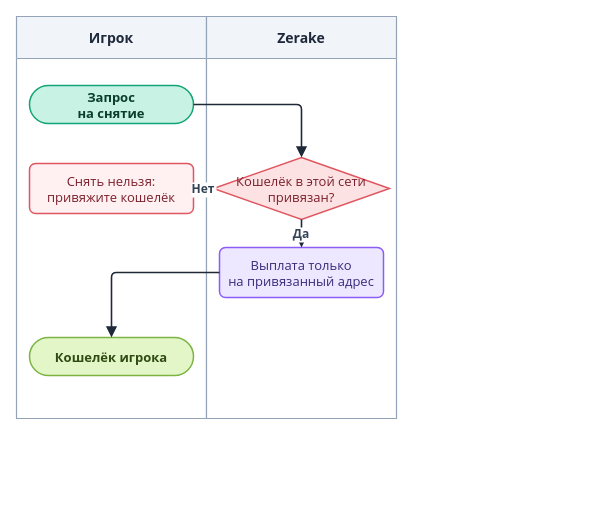
Above: diagrams/drawio/payout-wallet.drawio in LILSUFFER/zerake-docs (draw.io), before the change. Source tidied: cells renumbered, new cells numbered last; positions are measured from the earlier drawing's top-left corner, leaving out a move shared by most shapes. Both pictures are drawn from the tidied source at 100%, with x=0, y=0 at pixel (16, 16).
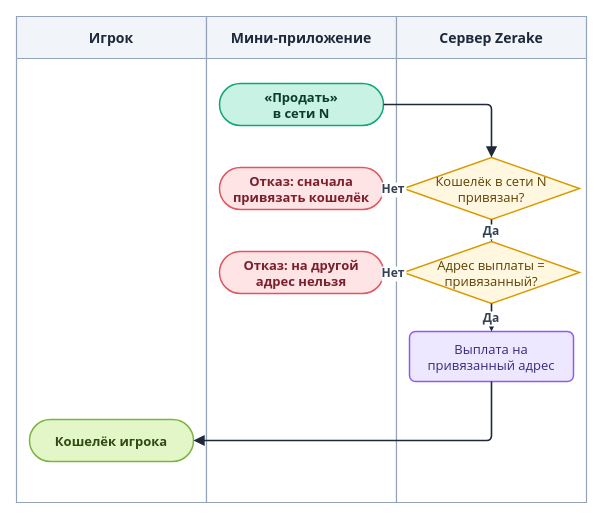
The same diagram, later.

The edit, as a diff of the source:
```diff
@@
 <mxGraphModel>
   <root>
     <mxCell id="0" />
     <mxCell id="1" parent="0" />
     <mxCell id="2" value="Игрок" style="swimlane;horizontal=1;startSize=42;fillColor=#F1F4F9;swimlaneFillColor=#FFFFFF;strokeColor=#94A3B8;fontColor=#1E293B;fontStyle=1;fontSize=14;fontFamily=Segoe UI;strokeWidth=1.2;" parent="1" vertex="1">
-      <mxGeometry width="190" height="402" as="geometry" />
+      <mxGeometry width="190" height="486" as="geometry" />
     </mxCell>
-    <mxCell id="3" value="Zerake" style="swimlane;horizontal=1;startSize=42;fillColor=#F1F4F9;swimlaneFillColor=#FFFFFF;strokeColor=#94A3B8;fontColor=#1E293B;fontStyle=1;fontSize=14;fontFamily=Segoe UI;strokeWidth=1.2;" parent="1" vertex="1">
-      <mxGeometry x="190" width="190" height="402" as="geometry" />
+    <mxCell id="3" value="Мини-приложение" style="swimlane;horizontal=1;startSize=42;fillColor=#F1F4F9;swimlaneFillColor=#FFFFFF;strokeColor=#94A3B8;fontColor=#1E293B;fontStyle=1;fontSize=14;fontFamily=Segoe UI;strokeWidth=1.2;" parent="1" vertex="1">
+      <mxGeometry x="190" width="190" height="486" as="geometry" />
     </mxCell>
+    <mxCell id="13" value="Сервер Zerake" style="swimlane;horizontal=1;startSize=42;fillColor=#F1F4F9;swimlaneFillColor=#FFFFFF;strokeColor=#94A3B8;fontColor=#1E293B;fontStyle=1;fontSize=14;fontFamily=Segoe UI;strokeWidth=1.2;" parent="1" vertex="1">
+      <mxGeometry x="380" width="190" height="486" as="geometry" />
+    </mxCell>
-    <mxCell id="4" value="Запрос&#10;на снятие" style="rounded=1;arcSize=50;html=0;fillColor=#C7F2E4;strokeColor=#12A477;fontColor=#0B3D2C;fontStyle=1;fontFamily=Segoe UI;fontSize=13;strokeWidth=1.5;" parent="1" vertex="1">
-      <mxGeometry x="13" y="69" width="164" height="38" as="geometry" />
+    <mxCell id="4" value="«Продать»&#10;в сети N" style="rounded=1;arcSize=50;html=0;fontStyle=1;fillColor=#C7F2E4;strokeColor=#12A477;fontColor=#0B3D2C;fontFamily=Segoe UI;fontSize=13;strokeWidth=1.5;" parent="1" vertex="1">
+      <mxGeometry x="203" y="67" width="164" height="42" as="geometry" />
     </mxCell>
-    <mxCell id="5" value="Кошелёк в этой сети&#10;привязан?" style="rhombus;html=0;fillColor=#FDE2E4;strokeColor=#E0565F;fontColor=#7A1F2B;fontFamily=Segoe UI;fontSize=13;strokeWidth=1.5;" parent="1" vertex="1">
-      <mxGeometry x="197" y="141" width="176" height="62" as="geometry" />
+    <mxCell id="5" value="Кошелёк в сети N&#10;привязан?" style="rhombus;html=0;fillColor=#FFF7E0;strokeColor=#D99A00;fontColor=#5C4100;fontFamily=Segoe UI;fontSize=13;strokeWidth=1.5;" parent="1" vertex="1">
+      <mxGeometry x="387" y="141" width="176" height="62" as="geometry" />
     </mxCell>
-    <mxCell id="6" value="Снять нельзя:&#10;привяжите кошелёк" style="rounded=1;arcSize=12;html=0;fillColor=#FFF1F2;strokeColor=#E0565F;fontColor=#7A1F2B;fontFamily=Segoe UI;fontSize=13;strokeWidth=1.5;" parent="1" vertex="1">
-      <mxGeometry x="13" y="147" width="164" height="50" as="geometry" />
-    </mxCell>
-    <mxCell id="7" value="Выплата только&#10;на привязанный адрес" style="rounded=1;arcSize=12;html=0;fillColor=#EDE7FF;strokeColor=#8B5CF6;fontColor=#3B2A7A;fontFamily=Segoe UI;fontSize=13;strokeWidth=1.5;" parent="1" vertex="1">
-      <mxGeometry x="203" y="231" width="164" height="50" as="geometry" />
-    </mxCell>
+    <mxCell id="14" value="Отказ: сначала&#10;привязать кошелёк" style="rounded=1;arcSize=50;html=0;fontStyle=1;fillColor=#FFE4E6;strokeColor=#E0565F;fontColor=#7A1F2B;fontFamily=Segoe UI;fontSize=13;strokeWidth=1.5;" parent="1" vertex="1">
+      <mxGeometry x="203" y="151" width="164" height="42" as="geometry" />
+    </mxCell>
+    <mxCell id="15" value="Адрес выплаты =&#10;привязанный?" style="rhombus;html=0;fillColor=#FFF7E0;strokeColor=#D99A00;fontColor=#5C4100;fontFamily=Segoe UI;fontSize=13;strokeWidth=1.5;" parent="1" vertex="1">
+      <mxGeometry x="387" y="225" width="176" height="62" as="geometry" />
+    </mxCell>
+    <mxCell id="16" value="Отказ: на другой&#10;адрес нельзя" style="rounded=1;arcSize=50;html=0;fontStyle=1;fillColor=#FFE4E6;strokeColor=#E0565F;fontColor=#7A1F2B;fontFamily=Segoe UI;fontSize=13;strokeWidth=1.5;" parent="1" vertex="1">
+      <mxGeometry x="203" y="235" width="164" height="42" as="geometry" />
+    </mxCell>
+    <mxCell id="17" value="Выплата на&#10;привязанный адрес" style="rounded=1;arcSize=12;html=0;fillColor=#EDE7FF;strokeColor=#8B5CF6;fontColor=#3B2A7A;fontFamily=Segoe UI;fontSize=13;strokeWidth=1.5;" parent="1" vertex="1">
+      <mxGeometry x="393" y="315" width="164" height="50" as="geometry" />
+    </mxCell>
-    <mxCell id="8" value="Кошелёк игрока" style="rounded=1;arcSize=50;html=0;fillColor=#E3F6C8;strokeColor=#7CB342;fontColor=#2F4A12;fontStyle=1;fontFamily=Segoe UI;fontSize=13;strokeWidth=1.5;" parent="1" vertex="1">
-      <mxGeometry x="13" y="321" width="164" height="38" as="geometry" />
+    <mxCell id="8" value="Кошелёк игрока" style="rounded=1;arcSize=50;html=0;fontStyle=1;fillColor=#E3F6C8;strokeColor=#7CB342;fontColor=#2F4A12;fontFamily=Segoe UI;fontSize=13;strokeWidth=1.5;" parent="1" vertex="1">
+      <mxGeometry x="13" y="403" width="164" height="42" as="geometry" />
     </mxCell>
     <mxCell id="9" style="edgeStyle=orthogonalEdgeStyle;rounded=1;arcSize=10;jettySize=auto;html=0;strokeColor=#1F2937;strokeWidth=1.6;endArrow=block;endFill=1;endSize=7;fontFamily=Segoe UI;fontSize=12;fontStyle=1;fontColor=#334155;labelBackgroundColor=#FFFFFF;" parent="1" edge="1" source="4" target="5">
       <mxGeometry relative="1" as="geometry" />
     </mxCell>
-    <mxCell id="10" value="Нет" style="edgeStyle=orthogonalEdgeStyle;rounded=1;arcSize=10;jettySize=auto;html=0;strokeColor=#1F2937;strokeWidth=1.6;endArrow=block;endFill=1;endSize=7;fontFamily=Segoe UI;fontSize=12;fontStyle=1;fontColor=#334155;labelBackgroundColor=#FFFFFF;" parent="1" edge="1" source="5" target="6">
+    <mxCell id="10" value="Нет" style="edgeStyle=orthogonalEdgeStyle;rounded=1;arcSize=10;jettySize=auto;html=0;strokeColor=#1F2937;strokeWidth=1.6;endArrow=block;endFill=1;endSize=7;fontFamily=Segoe UI;fontSize=12;fontStyle=1;fontColor=#334155;labelBackgroundColor=#FFFFFF;" parent="1" edge="1" source="5" target="14">
       <mxGeometry relative="1" as="geometry" />
     </mxCell>
-    <mxCell id="11" value="Да" style="edgeStyle=orthogonalEdgeStyle;rounded=1;arcSize=10;jettySize=auto;html=0;strokeColor=#1F2937;strokeWidth=1.6;endArrow=block;endFill=1;endSize=7;fontFamily=Segoe UI;fontSize=12;fontStyle=1;fontColor=#334155;labelBackgroundColor=#FFFFFF;" parent="1" edge="1" source="5" target="7">
+    <mxCell id="11" value="Да" style="edgeStyle=orthogonalEdgeStyle;rounded=1;arcSize=10;jettySize=auto;html=0;strokeColor=#1F2937;strokeWidth=1.6;endArrow=block;endFill=1;endSize=7;fontFamily=Segoe UI;fontSize=12;fontStyle=1;fontColor=#334155;labelBackgroundColor=#FFFFFF;" parent="1" edge="1" source="5" target="15">
       <mxGeometry relative="1" as="geometry" />
     </mxCell>
-    <mxCell id="12" style="edgeStyle=orthogonalEdgeStyle;rounded=1;arcSize=10;jettySize=auto;html=0;strokeColor=#1F2937;strokeWidth=1.6;endArrow=block;endFill=1;endSize=7;fontFamily=Segoe UI;fontSize=12;fontStyle=1;fontColor=#334155;labelBackgroundColor=#FFFFFF;" parent="1" edge="1" source="7" target="8">
+    <mxCell id="12" value="Нет" style="edgeStyle=orthogonalEdgeStyle;rounded=1;arcSize=10;jettySize=auto;html=0;strokeColor=#1F2937;strokeWidth=1.6;endArrow=block;endFill=1;endSize=7;fontFamily=Segoe UI;fontSize=12;fontStyle=1;fontColor=#334155;labelBackgroundColor=#FFFFFF;" parent="1" edge="1" source="15" target="16">
       <mxGeometry relative="1" as="geometry" />
     </mxCell>
+    <mxCell id="18" value="Да" style="edgeStyle=orthogonalEdgeStyle;rounded=1;arcSize=10;jettySize=auto;html=0;strokeColor=#1F2937;strokeWidth=1.6;endArrow=block;endFill=1;endSize=7;fontFamily=Segoe UI;fontSize=12;fontStyle=1;fontColor=#334155;labelBackgroundColor=#FFFFFF;" parent="1" edge="1" source="15" target="17">
+      <mxGeometry relative="1" as="geometry" />
+    </mxCell>
+    <mxCell id="19" style="edgeStyle=orthogonalEdgeStyle;rounded=1;arcSize=10;jettySize=auto;html=0;strokeColor=#1F2937;strokeWidth=1.6;endArrow=block;endFill=1;endSize=7;fontFamily=Segoe UI;fontSize=12;fontStyle=1;fontColor=#334155;labelBackgroundColor=#FFFFFF;exitX=0.5;exitY=1;entryX=1;entryY=0.5;" parent="1" edge="1" source="17" target="8">
+      <mxGeometry relative="1" as="geometry" />
+    </mxCell>
   </root>
 </mxGraphModel>
```
